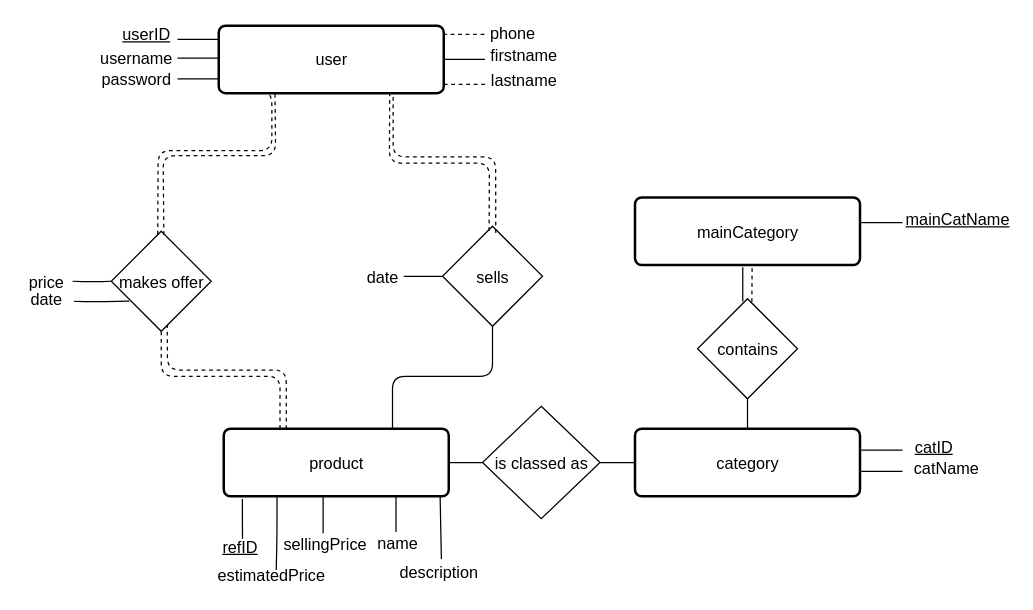
Above: modeleEA/modeleEA.drawio in JonathanCaspar/Database-Project (draw.io), before the change. Source tidied: cells renumbered, new cells numbered last; positions are measured from the earlier drawing's top-left corner, leaving out a move shared by most shapes. Both pictures are drawn from the tidied source at 125%, with x=0, y=0 at pixel (21, 20).
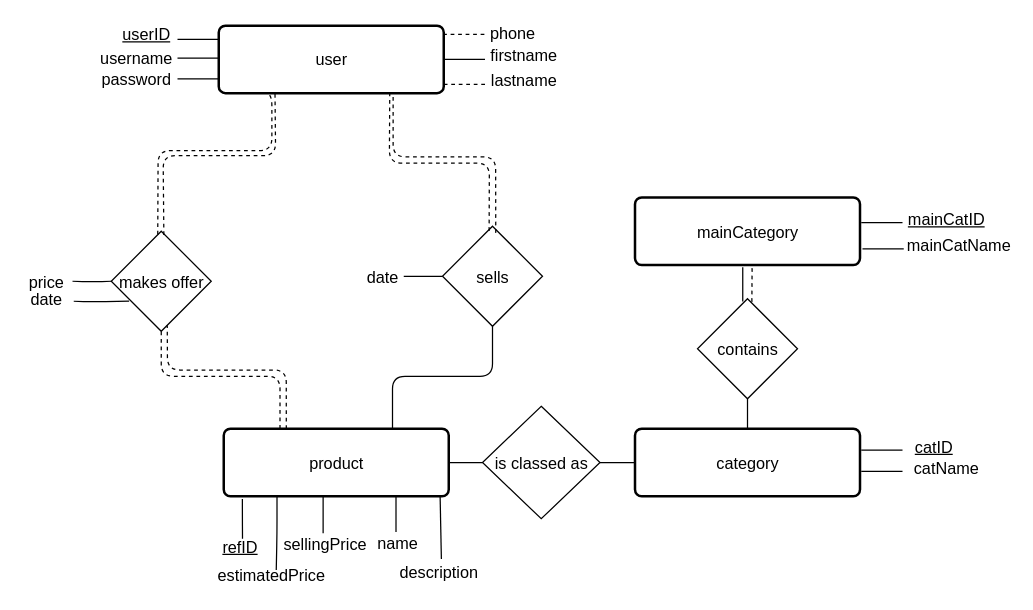
Above is the later version.

What changed in the source:
```diff
@@
-    <mxCell id="28" value="mainCatName" style="text;html=1;strokeColor=none;fillColor=none;align=center;verticalAlign=middle;whiteSpace=wrap;rounded=0;fontSize=13;fontColor=none;fontStyle=4;" parent="1" vertex="1">
-      <mxGeometry x="729" y="148.7" width="40" height="20" as="geometry" />
+    <mxCell id="28" value="mainCatID" style="text;html=1;strokeColor=none;fillColor=none;align=center;verticalAlign=middle;whiteSpace=wrap;rounded=0;fontSize=13;fontColor=none;fontStyle=4;" parent="1" vertex="1">
+      <mxGeometry x="720" y="148.7" width="40" height="20" as="geometry" />
     </mxCell>
@@
+    <mxCell id="56" style="endArrow=none;html=1;edgeStyle=orthogonalEdgeStyle;fontSize=13;fontColor=none;" parent="1" edge="1">
+      <mxGeometry relative="1" as="geometry">
+        <mxPoint x="672.5" y="182.5" as="sourcePoint" />
+        <mxPoint x="705.5" y="182.5" as="targetPoint" />
+      </mxGeometry>
+    </mxCell>
+    <mxCell id="57" value="mainCatName" style="text;html=1;strokeColor=none;fillColor=none;align=center;verticalAlign=middle;whiteSpace=wrap;rounded=0;fontSize=13;fontColor=none;fontStyle=0;" parent="1" vertex="1">
+      <mxGeometry x="730" y="169.7" width="40" height="20" as="geometry" />
+    </mxCell>
```
